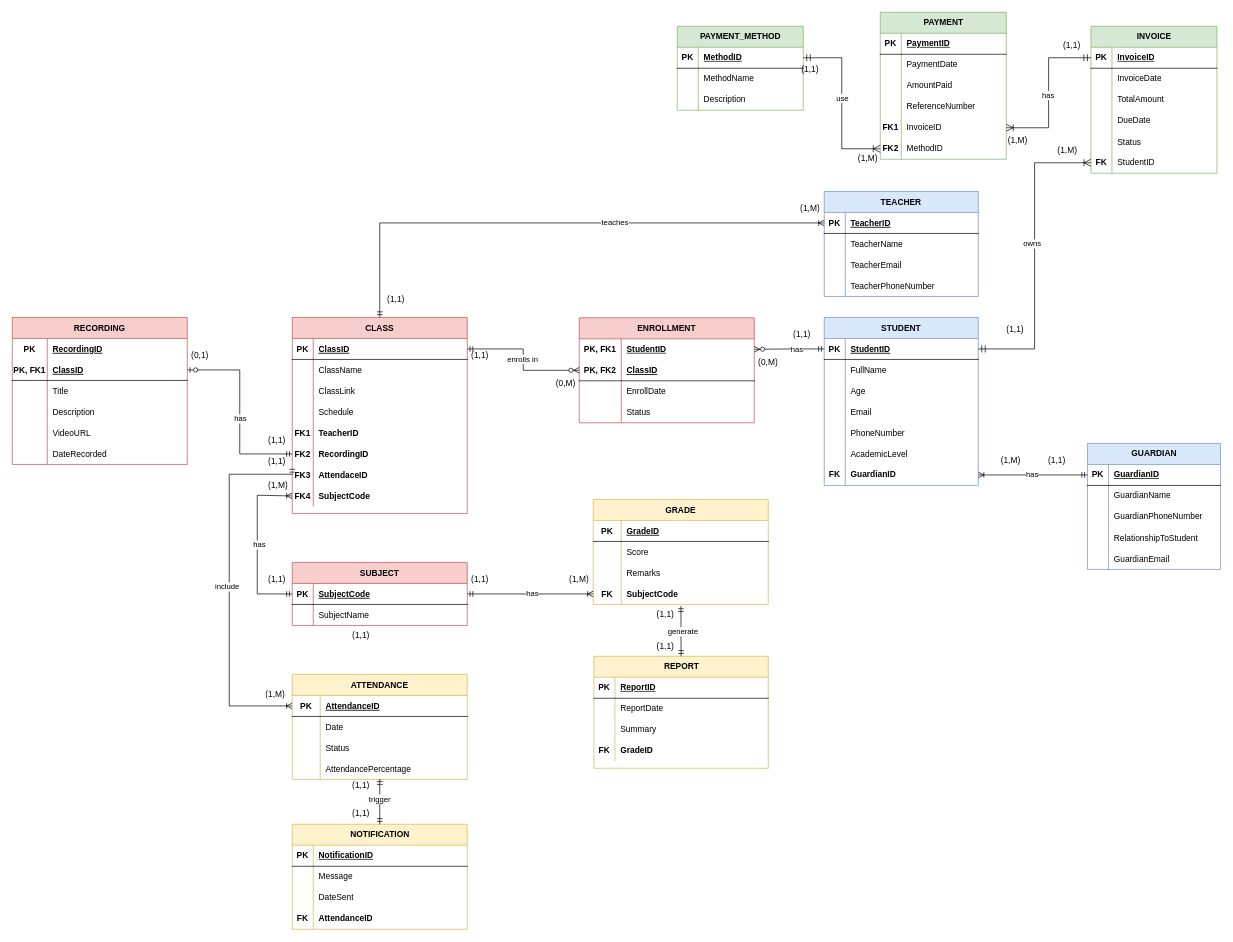
The draw.io diagram OverallDiagram.drawio in EzraChai/CMT221-Assignment, before the edit. Source tidied: cells renumbered, new cells numbered last; positions are measured from the earlier drawing's top-left corner, leaving out a move shared by most shapes. Both pictures are drawn from the tidied source at 70%, with x=0, y=0 at pixel (12, 12).
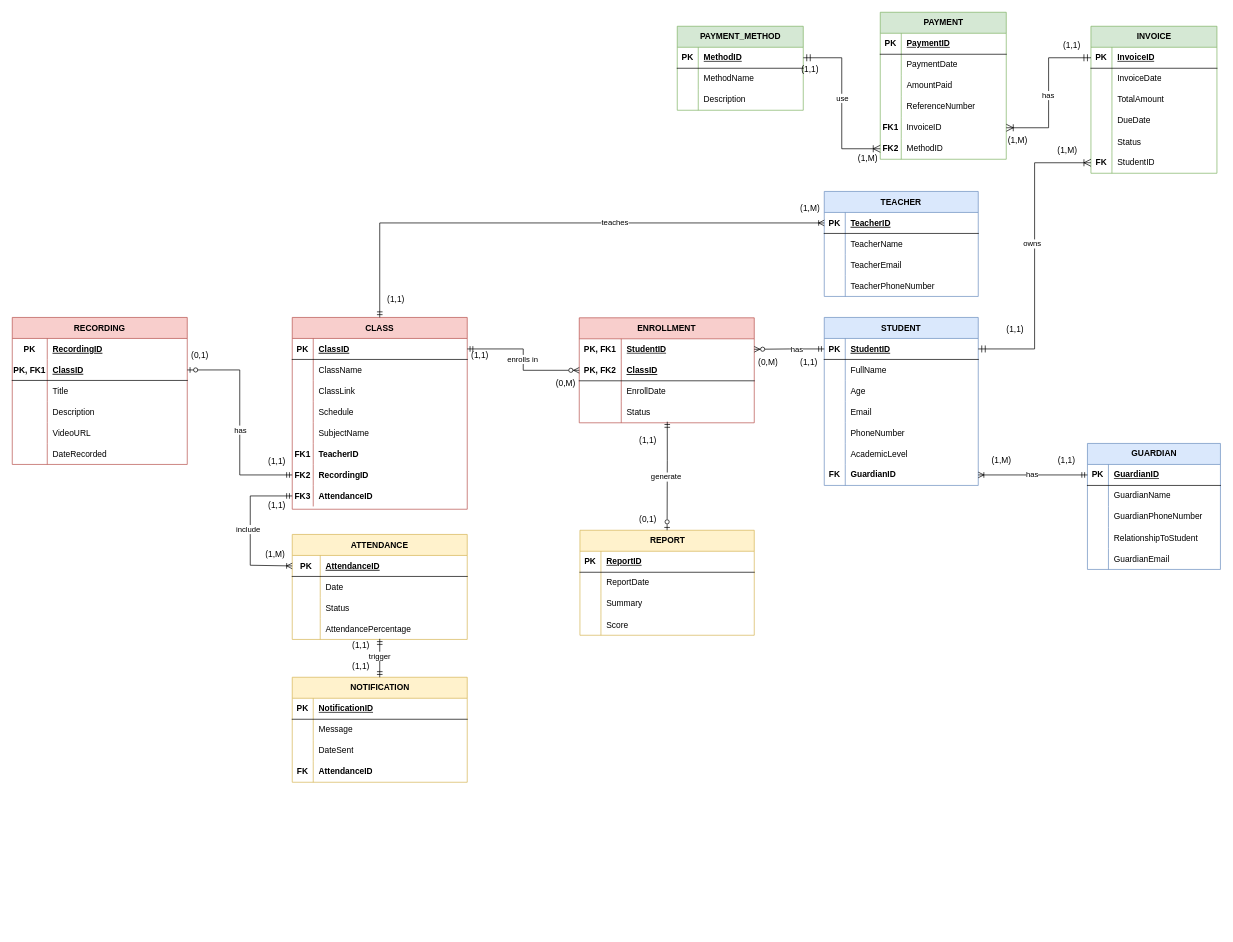
Above is the later version.

Unchanged cells that the change refers to:
```xml
<mxCell id="12" style="shape=partialRectangle;fillColor=none;points=[[0,0.5],[1,0.5]];portConstraint=eastwest;top=0;left=0;right=0;bottom=0;" parent="2" vertex="1">
  <mxGeometry y="120" width="250" height="30" as="geometry" />
</mxCell>
<mxCell id="121" style="shape=partialRectangle;fillColor=none;points=[[0,0.5],[1,0.5]];portConstraint=eastwest;top=0;left=0;right=0;bottom=1;" parent="120" vertex="1">
  <mxGeometry y="30" width="250" height="30" as="geometry" />
</mxCell>
```

Change to the diagram source:
```diff
@@
     <mxCell id="28" value="CLASS" style="shape=table;startSize=30;childLayout=tableLayout;rowLines=0;fontStyle=1;align=center;fillColor=#f8cecc;strokeColor=#b85450;" parent="1" vertex="1">
-      <mxGeometry x="400" y="436" width="250" height="280" as="geometry" />
+      <mxGeometry x="400" y="436" width="250" height="274" as="geometry" />
     </mxCell>
@@
+    <mxCell id="50" style="shape=partialRectangle;fillColor=none;points=[[0,0.5],[1,0.5]];portConstraint=eastwest;top=0;left=0;right=0;bottom=0;" parent="28" vertex="1">
+      <mxGeometry y="150" width="250" height="30" as="geometry" />
+    </mxCell>
+    <mxCell id="51" style="shape=partialRectangle;overflow=hidden;fillColor=none;top=0;left=0;bottom=0;right=0;fontStyle=1;" parent="50" vertex="1">
+      <mxGeometry width="30" height="30" as="geometry" />
+    </mxCell>
+    <mxCell id="52" value="SubjectName" style="shape=partialRectangle;overflow=hidden;fillColor=none;top=0;left=0;bottom=0;right=0;align=left;spacingLeft=6;fontStyle=0;" parent="50" vertex="1">
+      <mxGeometry x="30" width="220" height="30" as="geometry" />
+    </mxCell>
     <mxCell id="41" style="shape=partialRectangle;fillColor=none;top=0;left=0;right=0;bottom=0;" parent="28" vertex="1">
-      <mxGeometry y="150" width="250" height="30" as="geometry" />
+      <mxGeometry y="180" width="250" height="30" as="geometry" />
     </mxCell>
@@
     <mxCell id="44" style="shape=partialRectangle;fillColor=none;points=[[0,0.5],[1,0.5]];portConstraint=eastwest;top=0;left=0;right=0;bottom=0;" parent="28" vertex="1">
-      <mxGeometry y="180" width="250" height="30" as="geometry" />
+      <mxGeometry y="210" width="250" height="30" as="geometry" />
     </mxCell>
@@
     <mxCell id="47" style="shape=partialRectangle;fillColor=none;points=[[0,0.5],[1,0.5]];portConstraint=eastwest;top=0;left=0;right=0;bottom=0;" parent="28" vertex="1">
-      <mxGeometry y="210" width="250" height="30" as="geometry" />
+      <mxGeometry y="240" width="250" height="30" as="geometry" />
     </mxCell>
@@
-    <mxCell id="49" value="AttendaceID" style="shape=partialRectangle;overflow=hidden;fillColor=none;top=0;left=0;bottom=0;right=0;align=left;spacingLeft=6;fontStyle=1;" parent="47" vertex="1">
+    <mxCell id="49" value="AttendanceID" style="shape=partialRectangle;overflow=hidden;fillColor=none;top=0;left=0;bottom=0;right=0;align=left;spacingLeft=6;fontStyle=1;" parent="47" vertex="1">
       <mxGeometry x="30" width="220" height="30" as="geometry" />
     </mxCell>
-    <mxCell id="50" style="shape=partialRectangle;fillColor=none;points=[[0,0.5],[1,0.5]];portConstraint=eastwest;top=0;left=0;right=0;bottom=0;" parent="28" vertex="1">
-      <mxGeometry y="240" width="250" height="30" as="geometry" />
-    </mxCell>
-    <mxCell id="51" value="FK4" style="shape=partialRectangle;overflow=hidden;fillColor=none;top=0;left=0;bottom=0;right=0;fontStyle=1;" parent="50" vertex="1">
-      <mxGeometry width="30" height="30" as="geometry" />
-    </mxCell>
-    <mxCell id="52" value="SubjectCode" style="shape=partialRectangle;overflow=hidden;fillColor=none;top=0;left=0;bottom=0;right=0;align=left;spacingLeft=6;fontStyle=1;" parent="50" vertex="1">
-      <mxGeometry x="30" width="220" height="30" as="geometry" />
-    </mxCell>
@@
     <mxCell id="74" value="(1,1)" style="text;strokeColor=none;fillColor=none;spacingLeft=4;spacingRight=4;overflow=hidden;fontSize=12;whiteSpace=wrap;html=1;" parent="1" vertex="1">
-      <mxGeometry x="360" y="597.5" width="60" height="30" as="geometry" />
+      <mxGeometry x="360" y="691" width="60" height="30" as="geometry" />
     </mxCell>
@@
     <mxCell id="108" value="(1,M)" style="text;strokeColor=none;fillColor=none;spacingLeft=4;spacingRight=4;overflow=hidden;fontSize=12;whiteSpace=wrap;html=1;" parent="1" vertex="1">
-      <mxGeometry x="356" y="960" width="60" height="30" as="geometry" />
+      <mxGeometry x="356" y="760" width="60" height="30" as="geometry" />
     </mxCell>
@@
-    <mxCell id="110" value="SUBJECT" style="shape=table;startSize=30;childLayout=tableLayout;rowLines=0;fontStyle=1;align=center;fillColor=#f8cecc;strokeColor=#b85450;" parent="1" vertex="1">
-      <mxGeometry x="400" y="786" width="250" height="90" as="geometry" />
-    </mxCell>
-    <mxCell id="111" style="shape=partialRectangle;fillColor=none;points=[[0,0.5],[1,0.5]];portConstraint=eastwest;top=0;left=0;right=0;bottom=1;" parent="110" vertex="1">
-      <mxGeometry y="30" width="250" height="30" as="geometry" />
-    </mxCell>
-    <mxCell id="112" value="PK" style="shape=partialRectangle;overflow=hidden;fillColor=none;top=0;left=0;bottom=0;right=0;fontStyle=1;" parent="111" vertex="1">
-      <mxGeometry width="30" height="30" as="geometry" />
-    </mxCell>
-    <mxCell id="113" value="SubjectCode" style="shape=partialRectangle;overflow=hidden;fillColor=none;top=0;left=0;bottom=0;right=0;align=left;spacingLeft=6;fontStyle=5;" parent="111" vertex="1">
-      <mxGeometry x="30" width="220" height="30" as="geometry" />
-    </mxCell>
-    <mxCell id="114" style="shape=partialRectangle;fillColor=none;top=0;left=0;right=0;bottom=0;" parent="110" vertex="1">
-      <mxGeometry y="60" width="250" height="30" as="geometry" />
-    </mxCell>
-    <mxCell id="115" style="shape=partialRectangle;overflow=hidden;fillColor=none;top=0;left=0;bottom=0;right=0;fontStyle=1;" parent="114" vertex="1">
-      <mxGeometry width="30" height="30" as="geometry" />
-    </mxCell>
-    <mxCell id="116" value="SubjectName" style="shape=partialRectangle;overflow=hidden;fillColor=none;top=0;left=0;bottom=0;right=0;align=left;spacingLeft=6;" parent="114" vertex="1">
-      <mxGeometry x="30" width="220" height="30" as="geometry" />
-    </mxCell>
-    <mxCell id="117" style="fontSize=12;html=1;endArrow=ERoneToMany;startArrow=ERmandOne;rounded=0;exitX=0;exitY=0.5;exitDx=0;exitDy=0;entryX=0;entryY=0.5;entryDx=0;entryDy=0;edgeStyle=orthogonalEdgeStyle;endFill=0;" parent="1" edge="1" source="111" target="50">
-      <mxGeometry relative="1" as="geometry">
-        <Array as="points">
-          <mxPoint x="350" y="831" />
-          <mxPoint x="350" y="690" />
-          <mxPoint x="400" y="690" />
-        </Array>
-      </mxGeometry>
-    </mxCell>
-    <mxCell id="118" value="has" style="edgeLabel;html=1;align=center;verticalAlign=middle;" parent="117" vertex="1">
-      <mxGeometry y="-2" relative="1" as="geometry" />
-    </mxCell>
     <mxCell id="119" value="(1,1)" style="text;strokeColor=none;fillColor=none;spacingLeft=4;spacingRight=4;overflow=hidden;fontSize=12;whiteSpace=wrap;html=1;" parent="1" vertex="1">
-      <mxGeometry x="1110" y="446" width="60" height="30" as="geometry" />
+      <mxGeometry x="1120" y="486" width="60" height="30" as="geometry" />
     </mxCell>
     <mxCell id="120" value="ATTENDANCE" style="shape=table;startSize=30;childLayout=tableLayout;rowLines=0;fontStyle=1;align=center;fillColor=#fff2cc;strokeColor=#d6b656;" parent="1" vertex="1">
-      <mxGeometry x="400" y="946" width="250" height="150" as="geometry" />
+      <mxGeometry x="400" y="746" width="250" height="150" as="geometry" />
     </mxCell>
@@
     <mxCell id="133" style="edgeStyle=orthogonalEdgeStyle;fontSize=12;html=1;endArrow=ERoneToMany;startArrow=ERmandOne;rounded=0;entryX=0;entryY=0.5;entryDx=0;entryDy=0;endFill=0;exitX=0;exitY=0.5;exitDx=0;exitDy=0;" parent="1" edge="1" source="47" target="121">
       <mxGeometry relative="1" as="geometry">
         <Array as="points">
-          <mxPoint x="310" y="660" />
-          <mxPoint x="310" y="991" />
+          <mxPoint x="340" y="691" />
+          <mxPoint x="340" y="790" />
+          <mxPoint x="400" y="790" />
         </Array>
       </mxGeometry>
     </mxCell>
@@
-    <mxCell id="135" value="GRADE" style="shape=table;startSize=30;childLayout=tableLayout;rowLines=0;fontStyle=1;align=center;fillColor=#fff2cc;strokeColor=#d6b656;" parent="1" vertex="1">
-      <mxGeometry x="830" y="696" width="250" height="150" as="geometry" />
-    </mxCell>
-    <mxCell id="136" style="shape=partialRectangle;fillColor=none;top=0;left=0;right=0;bottom=1;" parent="135" vertex="1">
-      <mxGeometry y="30" width="250" height="30" as="geometry" />
-    </mxCell>
-    <mxCell id="137" value="PK" style="shape=partialRectangle;overflow=hidden;fillColor=none;top=0;left=0;bottom=0;right=0;fontStyle=1;" parent="136" vertex="1">
-      <mxGeometry width="40" height="30" as="geometry" />
-    </mxCell>
-    <mxCell id="138" value="GradeID" style="shape=partialRectangle;overflow=hidden;fillColor=none;top=0;left=0;bottom=0;right=0;align=left;spacingLeft=6;fontStyle=5;" parent="136" vertex="1">
-      <mxGeometry x="40" width="210" height="30" as="geometry" />
-    </mxCell>
-    <mxCell id="139" style="shape=partialRectangle;fillColor=none;top=0;left=0;right=0;bottom=0;" parent="135" vertex="1">
-      <mxGeometry y="60" width="250" height="30" as="geometry" />
-    </mxCell>
-    <mxCell id="140" style="shape=partialRectangle;overflow=hidden;fillColor=none;top=0;left=0;bottom=0;right=0;" parent="139" vertex="1">
-      <mxGeometry width="40" height="30" as="geometry" />
-    </mxCell>
-    <mxCell id="141" value="Score" style="shape=partialRectangle;overflow=hidden;fillColor=none;top=0;left=0;bottom=0;right=0;align=left;spacingLeft=6;" parent="139" vertex="1">
-      <mxGeometry x="40" width="210" height="30" as="geometry" />
-    </mxCell>
-    <mxCell id="142" style="shape=partialRectangle;fillColor=none;top=0;left=0;right=0;bottom=0;" parent="135" vertex="1">
-      <mxGeometry y="90" width="250" height="30" as="geometry" />
-    </mxCell>
-    <mxCell id="143" style="shape=partialRectangle;overflow=hidden;fillColor=none;top=0;left=0;bottom=0;right=0;" parent="142" vertex="1">
-      <mxGeometry width="40" height="30" as="geometry" />
-    </mxCell>
-    <mxCell id="144" value="Remarks" style="shape=partialRectangle;overflow=hidden;fillColor=none;top=0;left=0;bottom=0;right=0;align=left;spacingLeft=6;" parent="142" vertex="1">
-      <mxGeometry x="40" width="210" height="30" as="geometry" />
-    </mxCell>
-    <mxCell id="145" style="shape=partialRectangle;fillColor=none;points=[[0,0.5],[1,0.5]];portConstraint=eastwest;top=0;left=0;right=0;bottom=0;" parent="135" vertex="1">
-      <mxGeometry y="120" width="250" height="30" as="geometry" />
-    </mxCell>
-    <mxCell id="146" value="FK" style="shape=partialRectangle;overflow=hidden;fillColor=none;top=0;left=0;bottom=0;right=0;fontStyle=1;" parent="145" vertex="1">
-      <mxGeometry width="40" height="30" as="geometry" />
-    </mxCell>
-    <mxCell id="147" value="SubjectCode" style="shape=partialRectangle;overflow=hidden;fillColor=none;top=0;left=0;bottom=0;right=0;align=left;spacingLeft=6;fontStyle=1;" parent="145" vertex="1">
-      <mxGeometry x="40" width="210" height="30" as="geometry" />
-    </mxCell>
-    <mxCell id="148" style="edgeStyle=orthogonalEdgeStyle;fontSize=12;html=1;endArrow=ERoneToMany;startArrow=ERmandOne;rounded=0;entryX=0;entryY=0.5;entryDx=0;entryDy=0;exitX=1;exitY=0.5;exitDx=0;exitDy=0;endFill=0;" parent="1" edge="1" source="111" target="145">
-      <mxGeometry relative="1" as="geometry" />
-    </mxCell>
-    <mxCell id="149" value="has" style="edgeLabel;html=1;align=center;verticalAlign=middle;" parent="148" vertex="1">
-      <mxGeometry x="0.02" y="2" relative="1" as="geometry" />
-    </mxCell>
@@
     <mxCell id="168" value="(1,1)" style="text;html=1;align=center;verticalAlign=middle;strokeColor=none;fillColor=none;" parent="1" vertex="1">
-      <mxGeometry x="1470" y="627.5" width="43" height="26" as="geometry" />
+      <mxGeometry x="1484" y="627.5" width="43" height="26" as="geometry" />
     </mxCell>
     <mxCell id="169" value="(1,M)" style="text;html=1;align=center;verticalAlign=middle;strokeColor=none;fillColor=none;" parent="1" vertex="1">
-      <mxGeometry x="1403" y="627.5" width="46" height="26" as="geometry" />
+      <mxGeometry x="1390" y="627.5" width="46" height="26" as="geometry" />
     </mxCell>
@@
     <mxCell id="230" value="REPORT" style="shape=table;startSize=30;childLayout=tableLayout;rowLines=0;fontStyle=1;align=center;html=1;fillColor=#fff2cc;strokeColor=#d6b656;" parent="1" vertex="1">
-      <mxGeometry x="831" y="920" width="249" height="160" as="geometry" />
+      <mxGeometry x="811" y="740" width="249" height="150" as="geometry" />
     </mxCell>
@@
-    <mxCell id="240" style="shape=tableRow;horizontal=0;startSize=0;swimlaneHead=0;swimlaneBody=0;fillColor=none;top=0;left=0;right=0;bottom=0;" parent="230" vertex="1">
-      <mxGeometry y="120" width="249" height="30" as="geometry" />
-    </mxCell>
-    <mxCell id="241" value="&lt;b&gt;FK&lt;/b&gt;" style="shape=partialRectangle;fillColor=none;top=0;left=0;bottom=0;right=0;fontStyle=0;overflow=hidden;whiteSpace=wrap;html=1;" parent="240" vertex="1">
-      <mxGeometry width="30" height="30" as="geometry" />
-    </mxCell>
-    <mxCell id="242" value="&lt;b&gt;GradeID&lt;/b&gt;" style="shape=partialRectangle;fillColor=none;top=0;left=0;bottom=0;right=0;align=left;spacingLeft=6;fontStyle=0;overflow=hidden;whiteSpace=wrap;html=1;" parent="240" vertex="1">
-      <mxGeometry x="30" width="219" height="30" as="geometry" />
-    </mxCell>
+    <mxCell id="270" style="shape=partialRectangle;fillColor=none;top=0;left=0;right=0;bottom=0;" parent="230" vertex="1">
+      <mxGeometry y="120" width="249" height="30" as="geometry" />
+    </mxCell>
+    <mxCell id="271" style="shape=partialRectangle;overflow=hidden;fillColor=none;top=0;left=0;bottom=0;right=0;" parent="270" vertex="1">
+      <mxGeometry width="30" height="30" as="geometry" />
+    </mxCell>
+    <mxCell id="141" value="Score" style="shape=partialRectangle;overflow=hidden;fillColor=none;top=0;left=0;bottom=0;right=0;align=left;spacingLeft=6;" parent="270" vertex="1">
+      <mxGeometry x="30" width="219" height="30" as="geometry" />
+    </mxCell>
     <mxCell id="243" value="NOTIFICATION" style="shape=table;startSize=30;childLayout=tableLayout;rowLines=0;fontStyle=1;align=center;html=1;fillColor=#fff2cc;strokeColor=#d6b656;" parent="1" vertex="1">
-      <mxGeometry x="400" y="1160" width="250" height="150" as="geometry" />
+      <mxGeometry x="400" y="950" width="250" height="150" as="geometry" />
     </mxCell>
@@
-    <mxCell id="258" style="fontSize=12;html=1;endArrow=ERmandOne;endFill=0;rounded=0;startArrow=ERmandOne;startFill=0;exitX=0.5;exitY=0;exitDx=0;exitDy=0;entryX=0.501;entryY=1.071;entryDx=0;entryDy=0;entryPerimeter=0;" parent="1" edge="1" source="230" target="145">
-      <mxGeometry relative="1" as="geometry" />
-    </mxCell>
-    <mxCell id="259" value="generate" style="edgeLabel;html=1;align=center;verticalAlign=middle;" parent="258" vertex="1">
-      <mxGeometry y="-2" relative="1" as="geometry">
-        <mxPoint y="1" as="offset" />
-      </mxGeometry>
-    </mxCell>
-    <mxCell id="260" value="(1,1)" style="text;strokeColor=none;fillColor=none;spacingLeft=4;spacingRight=4;overflow=hidden;fontSize=12;whiteSpace=wrap;html=1;" parent="1" vertex="1">
-      <mxGeometry x="360" y="796" width="60" height="30" as="geometry" />
-    </mxCell>
-    <mxCell id="261" value="(1,1)" style="text;strokeColor=none;fillColor=none;spacingLeft=4;spacingRight=4;overflow=hidden;fontSize=12;whiteSpace=wrap;html=1;" parent="1" vertex="1">
-      <mxGeometry x="650" y="796" width="60" height="30" as="geometry" />
-    </mxCell>
-    <mxCell id="262" value="(1,1)" style="text;strokeColor=none;fillColor=none;spacingLeft=4;spacingRight=4;overflow=hidden;fontSize=12;whiteSpace=wrap;html=1;" parent="1" vertex="1">
-      <mxGeometry x="480" y="876" width="60" height="30" as="geometry" />
-    </mxCell>
@@
-    <mxCell id="264" value="(1,M)" style="text;strokeColor=none;fillColor=none;spacingLeft=4;spacingRight=4;overflow=hidden;fontSize=12;whiteSpace=wrap;html=1;" parent="1" vertex="1">
-      <mxGeometry x="360" y="662" width="60" height="30" as="geometry" />
-    </mxCell>
-    <mxCell id="265" value="(1,M)" style="text;strokeColor=none;fillColor=none;spacingLeft=4;spacingRight=4;overflow=hidden;fontSize=12;whiteSpace=wrap;html=1;" parent="1" vertex="1">
-      <mxGeometry x="790" y="796" width="60" height="30" as="geometry" />
-    </mxCell>
     <mxCell id="266" value="(1,1)" style="text;strokeColor=none;fillColor=none;spacingLeft=4;spacingRight=4;overflow=hidden;fontSize=12;whiteSpace=wrap;html=1;" parent="1" vertex="1">
-      <mxGeometry x="480" y="1090" width="60" height="30" as="geometry" />
+      <mxGeometry x="480" y="890" width="60" height="30" as="geometry" />
     </mxCell>
     <mxCell id="267" value="(1,1)" style="text;strokeColor=none;fillColor=none;spacingLeft=4;spacingRight=4;overflow=hidden;fontSize=12;whiteSpace=wrap;html=1;" parent="1" vertex="1">
-      <mxGeometry x="480" y="1130" width="60" height="30" as="geometry" />
+      <mxGeometry x="480" y="920" width="60" height="30" as="geometry" />
     </mxCell>
     <mxCell id="268" value="(1,1)" style="text;strokeColor=none;fillColor=none;spacingLeft=4;spacingRight=4;overflow=hidden;fontSize=12;whiteSpace=wrap;html=1;" parent="1" vertex="1">
-      <mxGeometry x="915" y="846" width="60" height="30" as="geometry" />
+      <mxGeometry x="890" y="597.5" width="60" height="30" as="geometry" />
     </mxCell>
-    <mxCell id="269" value="(1,1)" style="text;strokeColor=none;fillColor=none;spacingLeft=4;spacingRight=4;overflow=hidden;fontSize=12;whiteSpace=wrap;html=1;" parent="1" vertex="1">
-      <mxGeometry x="915" y="892" width="60" height="30" as="geometry" />
+    <mxCell id="269" value="(0,1)" style="text;strokeColor=none;fillColor=none;spacingLeft=4;spacingRight=4;overflow=hidden;fontSize=12;whiteSpace=wrap;html=1;" parent="1" vertex="1">
+      <mxGeometry x="890" y="710" width="60" height="30" as="geometry" />
     </mxCell>
+    <mxCell id="258" style="fontSize=12;html=1;endArrow=ERzeroToOne;endFill=0;rounded=0;startArrow=ERmandOne;startFill=0;entryX=0.5;entryY=0;entryDx=0;entryDy=0;edgeStyle=orthogonalEdgeStyle;exitX=0.503;exitY=0.948;exitDx=0;exitDy=0;exitPerimeter=0;" parent="1" edge="1" source="12" target="230">
+      <mxGeometry relative="1" as="geometry">
+        <Array as="points">
+          <mxPoint x="936" y="640" />
+        </Array>
+      </mxGeometry>
+    </mxCell>
+    <mxCell id="259" value="generate" style="edgeLabel;html=1;align=center;verticalAlign=middle;" parent="258" vertex="1">
+      <mxGeometry y="-2" relative="1" as="geometry">
+        <mxPoint y="1" as="offset" />
+      </mxGeometry>
+    </mxCell>
```
